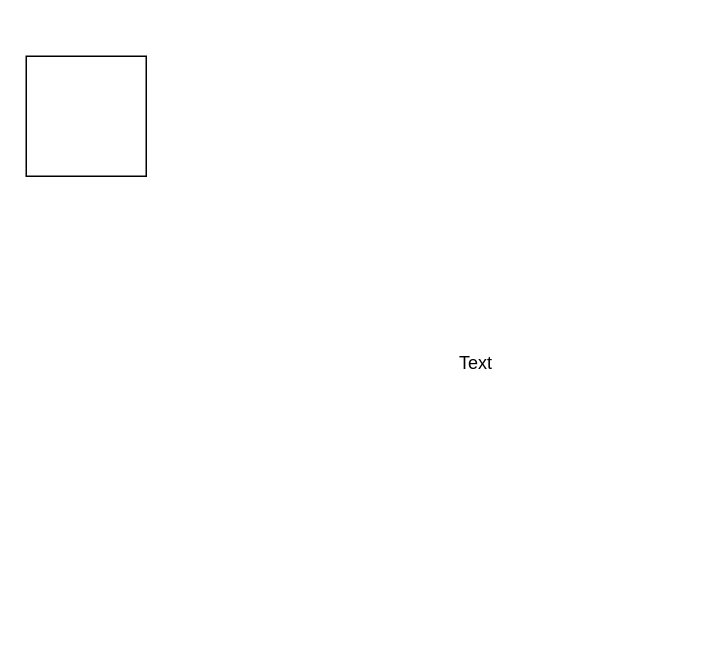
Before: Berçário.drawio in Dandiels/Diagramas-de-Banco-de-Dados, a draw.io diagram. Source tidied: cells renumbered, new cells numbered last; positions are measured from the earlier drawing's top-left corner, leaving out a move shared by most shapes. Both pictures are drawn from the tidied source at 150%, with x=0, y=0 at pixel (26, 56).
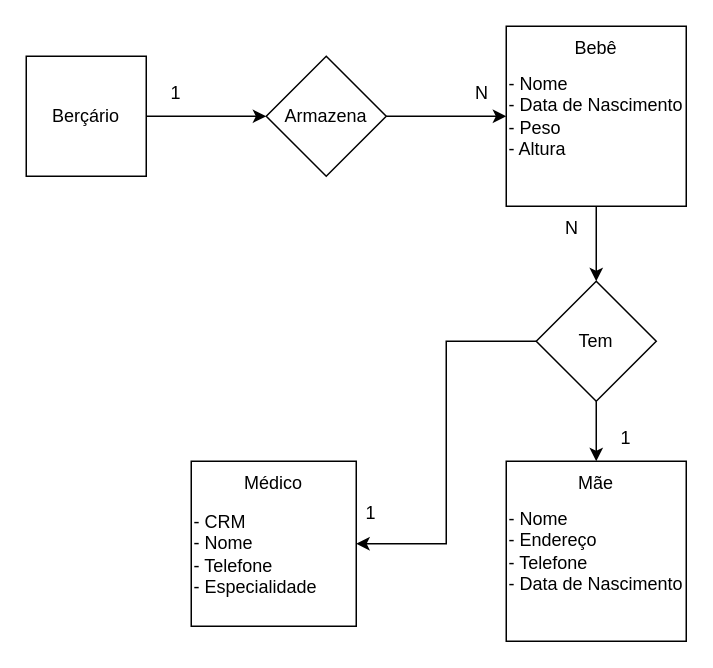
The same diagram, later.

The edit, as a diff of the source:
```diff
@@
+    <mxCell id="4" style="edgeStyle=orthogonalEdgeStyle;rounded=0;jettySize=auto;html=1;entryX=0;entryY=0.5;entryDx=0;entryDy=0;" parent="1" edge="1" source="2" target="6">
+      <mxGeometry relative="1" as="geometry" />
+    </mxCell>
-    <mxCell id="2" style="whiteSpace=wrap;html=1;" parent="1" vertex="1">
+    <mxCell id="2" value="Berçário" style="whiteSpace=wrap;html=1;" parent="1" vertex="1">
       <mxGeometry width="80" height="80" as="geometry" />
     </mxCell>
-    <mxCell id="3" value="Text" style="text;html=1;strokeColor=none;fillColor=none;align=center;verticalAlign=middle;whiteSpace=wrap;rounded=0;" parent="1" vertex="1">
-      <mxGeometry x="270" y="190" width="60" height="30" as="geometry" />
-    </mxCell>
+    <mxCell id="5" style="edgeStyle=orthogonalEdgeStyle;rounded=0;jettySize=auto;html=1;entryX=0;entryY=0.5;entryDx=0;entryDy=0;" parent="1" edge="1" source="6" target="8">
+      <mxGeometry relative="1" as="geometry" />
+    </mxCell>
+    <mxCell id="6" value="Armazena" style="rhombus;whiteSpace=wrap;html=1;" parent="1" vertex="1">
+      <mxGeometry x="160" width="80" height="80" as="geometry" />
+    </mxCell>
+    <mxCell id="7" style="edgeStyle=orthogonalEdgeStyle;rounded=0;jettySize=auto;html=1;entryX=0.5;entryY=0;entryDx=0;entryDy=0;" parent="1" edge="1" source="8" target="16">
+      <mxGeometry relative="1" as="geometry" />
+    </mxCell>
+    <mxCell id="8" value="- Nome&lt;br&gt;- Data de Nascimento&lt;br&gt;- Peso&lt;br&gt;- Altura&lt;br&gt;" style="whiteSpace=wrap;html=1;align=left;" parent="1" vertex="1">
+      <mxGeometry x="320" y="-20" width="120" height="120" as="geometry" />
+    </mxCell>
+    <mxCell id="9" value="Bebê" style="text;html=1;strokeColor=none;fillColor=none;align=center;verticalAlign=middle;whiteSpace=wrap;rounded=0;" parent="1" vertex="1">
+      <mxGeometry x="350" y="-20" width="60" height="30" as="geometry" />
+    </mxCell>
+    <mxCell id="10" value="1" style="text;html=1;strokeColor=none;fillColor=none;align=center;verticalAlign=middle;whiteSpace=wrap;rounded=0;" parent="1" vertex="1">
+      <mxGeometry x="70" y="10" width="60" height="30" as="geometry" />
+    </mxCell>
+    <mxCell id="11" value="N" style="text;html=1;strokeColor=none;fillColor=none;align=center;verticalAlign=middle;whiteSpace=wrap;rounded=0;" parent="1" vertex="1">
+      <mxGeometry x="274" y="10" width="60" height="30" as="geometry" />
+    </mxCell>
+    <mxCell id="12" value="- Nome&lt;br&gt;- Endereço&lt;br&gt;- Telefone&lt;br&gt;- Data de Nascimento" style="whiteSpace=wrap;html=1;align=left;" parent="1" vertex="1">
+      <mxGeometry x="320" y="270" width="120" height="120" as="geometry" />
+    </mxCell>
+    <mxCell id="13" value="Mãe" style="text;html=1;strokeColor=none;fillColor=none;align=center;verticalAlign=middle;whiteSpace=wrap;rounded=0;" parent="1" vertex="1">
+      <mxGeometry x="350" y="270" width="60" height="30" as="geometry" />
+    </mxCell>
+    <mxCell id="14" style="edgeStyle=orthogonalEdgeStyle;rounded=0;jettySize=auto;html=1;entryX=0.5;entryY=0;entryDx=0;entryDy=0;" parent="1" edge="1" source="16" target="13">
+      <mxGeometry relative="1" as="geometry" />
+    </mxCell>
+    <mxCell id="15" style="edgeStyle=orthogonalEdgeStyle;rounded=0;jettySize=auto;html=1;entryX=1;entryY=0.5;entryDx=0;entryDy=0;" parent="1" edge="1" source="16" target="17">
+      <mxGeometry relative="1" as="geometry" />
+    </mxCell>
+    <mxCell id="16" value="Tem" style="rhombus;whiteSpace=wrap;html=1;" parent="1" vertex="1">
+      <mxGeometry x="340" y="150" width="80" height="80" as="geometry" />
+    </mxCell>
+    <mxCell id="17" value="&lt;br&gt;- CRM&lt;br&gt;- Nome&lt;br&gt;- Telefone&lt;br&gt;- Especialidade" style="whiteSpace=wrap;html=1;align=left;" parent="1" vertex="1">
+      <mxGeometry x="110" y="270" width="110" height="110" as="geometry" />
+    </mxCell>
+    <mxCell id="18" value="Médico" style="text;html=1;strokeColor=none;fillColor=none;align=center;verticalAlign=middle;whiteSpace=wrap;rounded=0;" parent="1" vertex="1">
+      <mxGeometry x="135" y="270" width="60" height="30" as="geometry" />
+    </mxCell>
+    <mxCell id="19" value="N" style="text;html=1;strokeColor=none;fillColor=none;align=center;verticalAlign=middle;whiteSpace=wrap;rounded=0;" parent="1" vertex="1">
+      <mxGeometry x="334" y="100" width="60" height="30" as="geometry" />
+    </mxCell>
+    <mxCell id="20" value="1" style="text;html=1;strokeColor=none;fillColor=none;align=center;verticalAlign=middle;whiteSpace=wrap;rounded=0;" parent="1" vertex="1">
+      <mxGeometry x="370" y="240" width="60" height="30" as="geometry" />
+    </mxCell>
+    <mxCell id="21" value="1" style="text;html=1;strokeColor=none;fillColor=none;align=center;verticalAlign=middle;whiteSpace=wrap;rounded=0;" parent="1" vertex="1">
+      <mxGeometry x="200" y="290" width="60" height="30" as="geometry" />
+    </mxCell>
```
